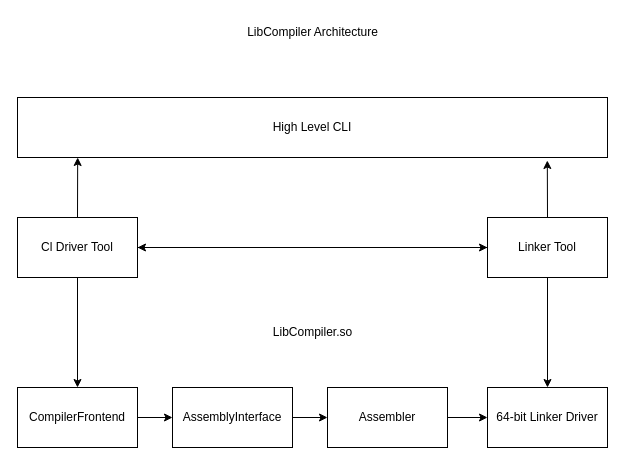
Above: docs/drawio/LIBCOMPILER_DESIGN.drawio in nekernel-org/necti (draw.io), before the change. Source tidied: cells renumbered, new cells numbered last; positions are measured from the earlier drawing's top-left corner, leaving out a move shared by most shapes. Both pictures are drawn from the tidied source at 100%, with x=0, y=0 at pixel (17, 17).
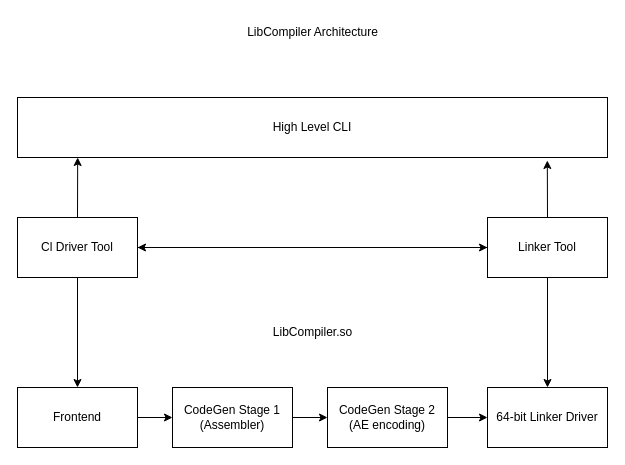
The same diagram, later.

Diff of the diagram source:
```diff
@@
 <mxGraphModel>
   <root>
     <mxCell id="0" />
     <mxCell id="1" parent="0" />
     <mxCell id="2" style="edgeStyle=none;html=1;exitX=1;exitY=0.5;exitDx=0;exitDy=0;" parent="1" edge="1" source="3" target="5">
       <mxGeometry relative="1" as="geometry" />
     </mxCell>
-    <mxCell id="3" value="CompilerFrontend" style="rounded=0;whiteSpace=wrap;html=1;" parent="1" vertex="1">
+    <mxCell id="3" value="Frontend" style="rounded=0;whiteSpace=wrap;html=1;" parent="1" vertex="1">
       <mxGeometry y="370" width="120" height="60" as="geometry" />
     </mxCell>
     <mxCell id="4" style="edgeStyle=none;html=1;" parent="1" edge="1" source="5" target="7">
       <mxGeometry relative="1" as="geometry" />
     </mxCell>
-    <mxCell id="5" value="AssemblyInterface" style="rounded=0;whiteSpace=wrap;html=1;" parent="1" vertex="1">
+    <mxCell id="5" value="CodeGen Stage 1&lt;div&gt;(Assembler)&lt;/div&gt;" style="rounded=0;whiteSpace=wrap;html=1;" parent="1" vertex="1">
       <mxGeometry x="155" y="370" width="120" height="60" as="geometry" />
     </mxCell>
     <mxCell id="6" style="edgeStyle=none;html=1;exitX=1;exitY=0.5;exitDx=0;exitDy=0;" parent="1" edge="1" source="7" target="8">
       <mxGeometry relative="1" as="geometry" />
     </mxCell>
-    <mxCell id="7" value="Assembler" style="rounded=0;whiteSpace=wrap;html=1;" parent="1" vertex="1">
+    <mxCell id="7" value="CodeGen Stage 2&lt;div&gt;(AE encoding)&lt;/div&gt;" style="rounded=0;whiteSpace=wrap;html=1;" parent="1" vertex="1">
       <mxGeometry x="310" y="370" width="120" height="60" as="geometry" />
     </mxCell>
     <mxCell id="8" value="64-bit Linker Driver" style="rounded=0;whiteSpace=wrap;html=1;" parent="1" vertex="1">
       <mxGeometry x="470" y="370" width="120" height="60" as="geometry" />
     </mxCell>
     <mxCell id="9" style="edgeStyle=none;html=1;entryX=0.5;entryY=0;entryDx=0;entryDy=0;" parent="1" edge="1" source="11" target="3">
       <mxGeometry relative="1" as="geometry" />
     </mxCell>
     <mxCell id="10" style="edgeStyle=none;html=1;exitX=1;exitY=0.5;exitDx=0;exitDy=0;" parent="1" edge="1" source="11" target="14">
       <mxGeometry relative="1" as="geometry" />
     </mxCell>
     <mxCell id="11" value="Cl Driver Tool" style="rounded=0;whiteSpace=wrap;html=1;" parent="1" vertex="1">
       <mxGeometry y="200" width="120" height="60" as="geometry" />
     </mxCell>
     <mxCell id="12" style="edgeStyle=none;html=1;entryX=0.5;entryY=0;entryDx=0;entryDy=0;" parent="1" edge="1" source="14" target="8">
       <mxGeometry relative="1" as="geometry" />
     </mxCell>
     <mxCell id="13" style="edgeStyle=none;html=1;entryX=1;entryY=0.5;entryDx=0;entryDy=0;" parent="1" edge="1" source="14" target="11">
       <mxGeometry relative="1" as="geometry" />
     </mxCell>
     <mxCell id="14" value="Linker Tool" style="rounded=0;whiteSpace=wrap;html=1;" parent="1" vertex="1">
       <mxGeometry x="470" y="200" width="120" height="60" as="geometry" />
     </mxCell>
     <mxCell id="15" value="High Level CLI" style="rounded=0;whiteSpace=wrap;html=1;" parent="1" vertex="1">
       <mxGeometry y="80" width="590" height="60" as="geometry" />
     </mxCell>
     <mxCell id="16" style="edgeStyle=none;html=1;exitX=0.5;exitY=0;exitDx=0;exitDy=0;entryX=0.102;entryY=1;entryDx=0;entryDy=0;entryPerimeter=0;" parent="1" edge="1" source="11" target="15">
       <mxGeometry relative="1" as="geometry" />
     </mxCell>
     <mxCell id="17" style="edgeStyle=none;html=1;exitX=0.5;exitY=0;exitDx=0;exitDy=0;entryX=0.898;entryY=1.05;entryDx=0;entryDy=0;entryPerimeter=0;" parent="1" edge="1" source="14" target="15">
       <mxGeometry relative="1" as="geometry" />
     </mxCell>
     <mxCell id="18" value="LibCompiler Architecture" style="text;html=1;align=center;verticalAlign=middle;whiteSpace=wrap;rounded=0;" parent="1" vertex="1">
       <mxGeometry x="208" width="175" height="30" as="geometry" />
     </mxCell>
     <mxCell id="19" value="LibCompiler.so" style="text;html=1;align=center;verticalAlign=middle;whiteSpace=wrap;rounded=0;" parent="1" vertex="1">
       <mxGeometry x="208" y="300" width="175" height="30" as="geometry" />
     </mxCell>
   </root>
 </mxGraphModel>
```
